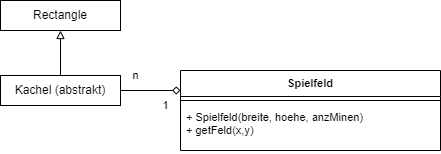
This is 00Informatik/OIDE_Minesweeper/01KlassendiagrammSpielfeld.png from Hi2272/Hi2272.github.io, a draw.io export, as it was before one commit. Source tidied: cells renumbered, new cells last; positions are measured from the earlier drawing's top-left corner, leaving out a move shared by most shapes. Its diagram source:
```xml
<mxGraphModel>
  <root>
    <mxCell id="0" />
    <mxCell id="1" parent="0" />
    <mxCell id="2" value="Spielfeld" style="swimlane;fontStyle=1;align=center;verticalAlign=top;horizontal=1;startSize=26;whiteSpace=wrap;html=1;fontFamily=Helvetica;fontSize=11;fontColor=default;labelBackgroundColor=default;" parent="1" vertex="1">
      <mxGeometry x="180" y="70" width="260" height="80" as="geometry" />
    </mxCell>
    <mxCell id="3" style="line;strokeWidth=1;fillColor=none;align=left;verticalAlign=middle;spacingTop=-1;spacingLeft=3;spacingRight=3;labelPosition=right;strokeColor=inherit;fontFamily=Helvetica;fontSize=11;fontColor=default;labelBackgroundColor=default;" parent="2" vertex="1">
      <mxGeometry y="26" width="260" height="8" as="geometry" />
    </mxCell>
    <mxCell id="4" value="+ Spielfeld(breite, hoehe, anzMinen)&lt;div&gt;+ getFeld(x,y)&lt;/div&gt;" style="text;strokeColor=none;fillColor=none;align=left;verticalAlign=top;spacingLeft=4;spacingRight=4;overflow=hidden;points=[[0,0.5],[1,0.5]];portConstraint=eastwest;whiteSpace=wrap;html=1;fontFamily=Helvetica;fontSize=11;fontColor=default;labelBackgroundColor=default;" parent="2" vertex="1">
      <mxGeometry y="34" width="260" height="46" as="geometry" />
    </mxCell>
    <mxCell id="5" style="edgeStyle=none;shape=connector;rounded=0;jettySize=auto;html=1;entryX=0;entryY=0.25;entryDx=0;entryDy=0;strokeColor=default;align=center;verticalAlign=middle;fontFamily=Helvetica;fontSize=11;fontColor=default;labelBackgroundColor=default;endArrow=diamond;endFill=0;" parent="1" edge="1" source="7" target="2">
      <mxGeometry relative="1" as="geometry" />
    </mxCell>
    <mxCell id="6" style="edgeStyle=none;shape=connector;rounded=0;jettySize=auto;html=1;strokeColor=default;align=center;verticalAlign=middle;fontFamily=Helvetica;fontSize=11;fontColor=default;labelBackgroundColor=default;endArrow=block;endFill=0;" parent="1" edge="1" source="7" target="10">
      <mxGeometry relative="1" as="geometry" />
    </mxCell>
    <mxCell id="7" value="Kachel (abstrakt)" style="rounded=0;whiteSpace=wrap;html=1;" parent="1" vertex="1">
      <mxGeometry y="75" width="120" height="30" as="geometry" />
    </mxCell>
    <mxCell id="8" value="n" style="text;html=1;align=center;verticalAlign=middle;points=[];strokeColor=none;fillColor=none;fontFamily=Helvetica;fontSize=11;fontColor=default;labelBackgroundColor=default;" parent="1" vertex="1">
      <mxGeometry x="120" y="60" width="30" height="30" as="geometry" />
    </mxCell>
    <mxCell id="9" value="1" style="text;html=1;align=center;verticalAlign=middle;strokeColor=none;fillColor=none;fontFamily=Helvetica;fontSize=11;fontColor=default;labelBackgroundColor=default;" parent="1" vertex="1">
      <mxGeometry x="150" y="90" width="30" height="30" as="geometry" />
    </mxCell>
    <mxCell id="10" value="Rectangle" style="rounded=0;whiteSpace=wrap;html=1;" parent="1" vertex="1">
      <mxGeometry width="120" height="30" as="geometry" />
    </mxCell>
  </root>
</mxGraphModel>
```
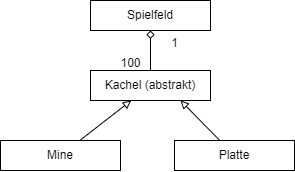
Above is the later version.

What changed in the source:
```diff
@@ -2,32 +2,32 @@
   <root>
     <mxCell id="0" />
     <mxCell id="1" parent="0" />
-    <mxCell id="2" value="Spielfeld" style="swimlane;fontStyle=1;align=center;verticalAlign=top;horizontal=1;startSize=26;whiteSpace=wrap;html=1;fontFamily=Helvetica;fontSize=11;fontColor=default;labelBackgroundColor=default;" parent="1" vertex="1">
-      <mxGeometry x="180" y="70" width="260" height="80" as="geometry" />
+    <mxCell id="2" value="Spielfeld" style="rounded=0;whiteSpace=wrap;html=1;" parent="1" vertex="1">
+      <mxGeometry x="250" y="-190" width="120" height="30" as="geometry" />
     </mxCell>
-    <mxCell id="3" style="line;strokeWidth=1;fillColor=none;align=left;verticalAlign=middle;spacingTop=-1;spacingLeft=3;spacingRight=3;labelPosition=right;strokeColor=inherit;fontFamily=Helvetica;fontSize=11;fontColor=default;labelBackgroundColor=default;" parent="2" vertex="1">
-      <mxGeometry y="26" width="260" height="8" as="geometry" />
+    <mxCell id="3" style="edgeStyle=orthogonalEdgeStyle;rounded=0;jettySize=auto;html=1;entryX=0.5;entryY=1;entryDx=0;entryDy=0;endArrow=diamond;endFill=0;" parent="1" edge="1" source="4" target="2">
+      <mxGeometry relative="1" as="geometry" />
     </mxCell>
-    <mxCell id="4" value="+ Spielfeld(breite, hoehe, anzMinen)&lt;div&gt;+ getFeld(x,y)&lt;/div&gt;" style="text;strokeColor=none;fillColor=none;align=left;verticalAlign=top;spacingLeft=4;spacingRight=4;overflow=hidden;points=[[0,0.5],[1,0.5]];portConstraint=eastwest;whiteSpace=wrap;html=1;fontFamily=Helvetica;fontSize=11;fontColor=default;labelBackgroundColor=default;" parent="2" vertex="1">
-      <mxGeometry y="34" width="260" height="46" as="geometry" />
+    <mxCell id="4" value="Kachel (abstrakt)" style="rounded=0;whiteSpace=wrap;html=1;" parent="1" vertex="1">
+      <mxGeometry x="250" y="-120" width="120" height="30" as="geometry" />
     </mxCell>
-    <mxCell id="5" style="edgeStyle=none;shape=connector;rounded=0;jettySize=auto;html=1;entryX=0;entryY=0.25;entryDx=0;entryDy=0;strokeColor=default;align=center;verticalAlign=middle;fontFamily=Helvetica;fontSize=11;fontColor=default;labelBackgroundColor=default;endArrow=diamond;endFill=0;" parent="1" edge="1" source="7" target="2">
+    <mxCell id="5" style="edgeStyle=none;shape=connector;rounded=0;jettySize=auto;html=1;entryX=0.75;entryY=1;entryDx=0;entryDy=0;strokeColor=default;align=center;verticalAlign=middle;fontFamily=Helvetica;fontSize=11;fontColor=default;labelBackgroundColor=default;endArrow=block;endFill=0;" parent="1" edge="1" source="6" target="4">
       <mxGeometry relative="1" as="geometry" />
     </mxCell>
-    <mxCell id="6" style="edgeStyle=none;shape=connector;rounded=0;jettySize=auto;html=1;strokeColor=default;align=center;verticalAlign=middle;fontFamily=Helvetica;fontSize=11;fontColor=default;labelBackgroundColor=default;endArrow=block;endFill=0;" parent="1" edge="1" source="7" target="10">
-      <mxGeometry relative="1" as="geometry" />
+    <mxCell id="6" value="Platte" style="rounded=0;whiteSpace=wrap;html=1;" parent="1" vertex="1">
+      <mxGeometry x="334" y="-50" width="120" height="30" as="geometry" />
     </mxCell>
-    <mxCell id="7" value="Kachel (abstrakt)" style="rounded=0;whiteSpace=wrap;html=1;" parent="1" vertex="1">
-      <mxGeometry y="75" width="120" height="30" as="geometry" />
+    <mxCell id="7" style="rounded=0;jettySize=auto;html=1;endArrow=block;endFill=0;" parent="1" edge="1" source="8" target="4">
+      <mxGeometry relative="1" as="geometry" />
     </mxCell>
-    <mxCell id="8" value="n" style="text;html=1;align=center;verticalAlign=middle;points=[];strokeColor=none;fillColor=none;fontFamily=Helvetica;fontSize=11;fontColor=default;labelBackgroundColor=default;" parent="1" vertex="1">
-      <mxGeometry x="120" y="60" width="30" height="30" as="geometry" />
+    <mxCell id="8" value="Mine" style="rounded=0;whiteSpace=wrap;html=1;" parent="1" vertex="1">
+      <mxGeometry x="160" y="-50" width="120" height="30" as="geometry" />
     </mxCell>
-    <mxCell id="9" value="1" style="text;html=1;align=center;verticalAlign=middle;strokeColor=none;fillColor=none;fontFamily=Helvetica;fontSize=11;fontColor=default;labelBackgroundColor=default;" parent="1" vertex="1">
-      <mxGeometry x="150" y="90" width="30" height="30" as="geometry" />
+    <mxCell id="9" value="100" style="text;html=1;align=center;verticalAlign=middle;strokeColor=none;fillColor=none;" parent="1" vertex="1">
+      <mxGeometry x="270" y="-142" width="40" height="30" as="geometry" />
     </mxCell>
-    <mxCell id="10" value="Rectangle" style="rounded=0;whiteSpace=wrap;html=1;" parent="1" vertex="1">
-      <mxGeometry width="120" height="30" as="geometry" />
+    <mxCell id="10" value="1" style="text;html=1;align=center;verticalAlign=middle;points=[];strokeColor=none;fillColor=none;" parent="1" vertex="1">
+      <mxGeometry x="319" y="-162" width="30" height="30" as="geometry" />
     </mxCell>
   </root>
 </mxGraphModel>
```
